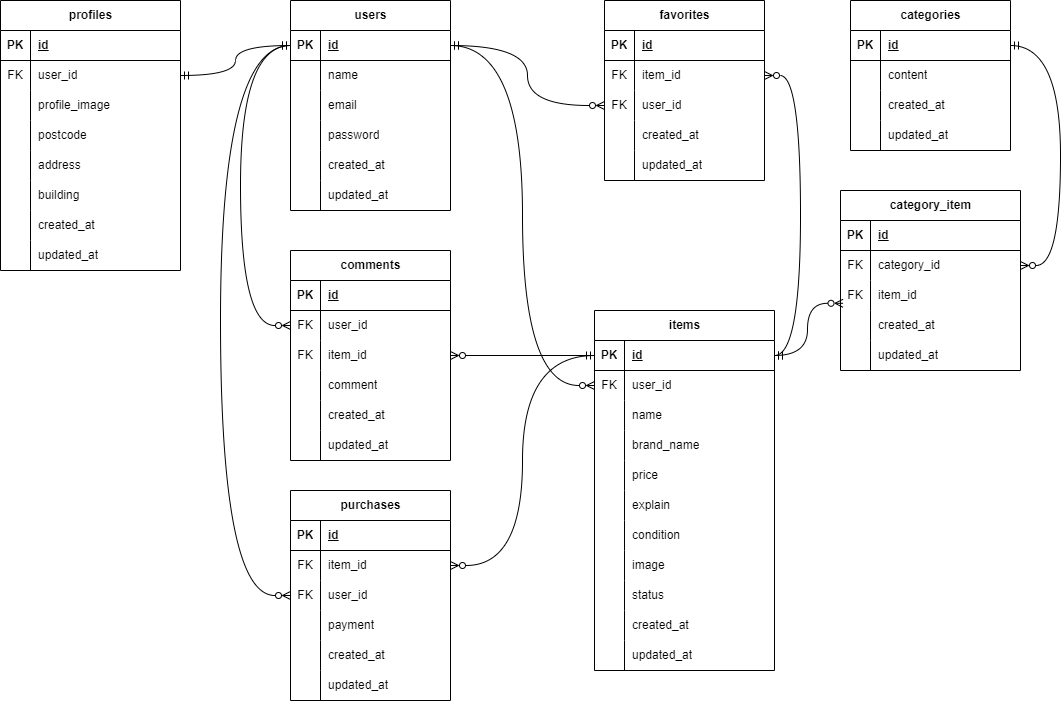
Earlier version of the draw.io export ER.drawio.png (torch29/matsumoto-mogikadai1). Source tidied: cells renumbered, new cells last; positions are measured from the earlier drawing's top-left corner, leaving out a move shared by most shapes.
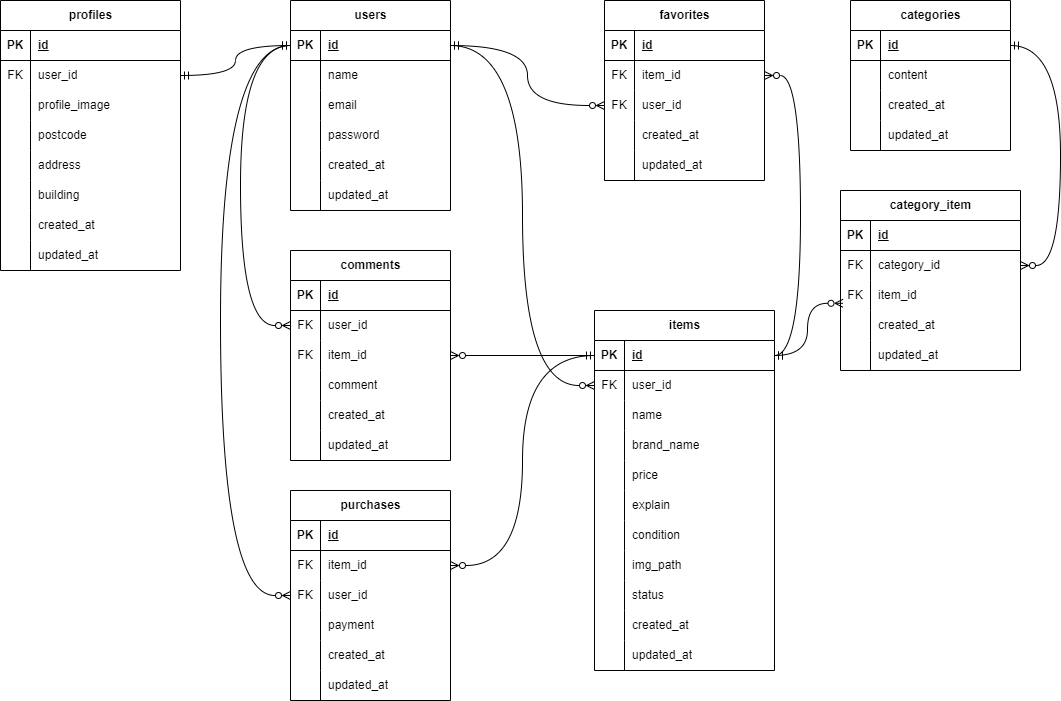
Later version of the same file.

Diff of the diagram source:
```diff
@@ -206,7 +206,7 @@
     <mxCell id="69" style="shape=partialRectangle;fillColor=none;top=0;left=0;bottom=0;right=0;overflow=hidden;whiteSpace=wrap;html=1;" parent="68" vertex="1">
       <mxGeometry width="30" height="30" as="geometry" />
     </mxCell>
-    <mxCell id="70" value="image" style="shape=partialRectangle;fillColor=none;top=0;left=0;bottom=0;right=0;align=left;spacingLeft=6;overflow=hidden;whiteSpace=wrap;html=1;" parent="68" vertex="1">
+    <mxCell id="70" value="img_path" style="shape=partialRectangle;fillColor=none;top=0;left=0;bottom=0;right=0;align=left;spacingLeft=6;overflow=hidden;whiteSpace=wrap;html=1;" parent="68" vertex="1">
       <mxGeometry x="30" width="150" height="30" as="geometry" />
     </mxCell>
     <mxCell id="71" style="shape=tableRow;horizontal=0;startSize=0;swimlaneHead=0;swimlaneBody=0;fillColor=none;top=0;left=0;right=0;bottom=0;" parent="46" vertex="1">
```
